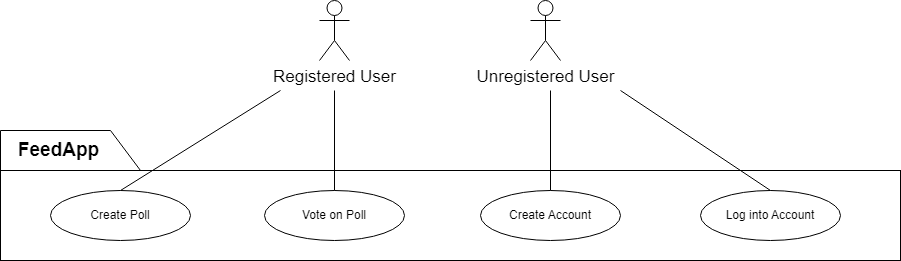
Before: report/figs/usecase.png, a diagram exported from draw.io (Tevuz/DAT250-Project). Source tidied: cells renumbered, new cells last; positions are measured from the earlier drawing's top-left corner, leaving out a move shared by most shapes.
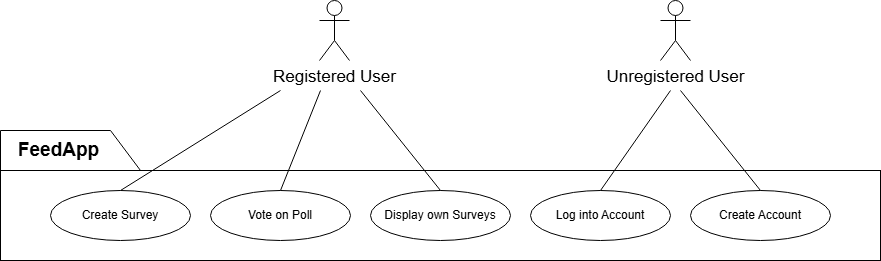
Later version of the same file.

The edit, as a diff of the source:
```diff
@@ -3,19 +3,19 @@
     <mxCell id="0" />
     <mxCell id="1" parent="0" />
     <mxCell id="2" style="rounded=0;whiteSpace=wrap;html=1;fillColor=none;" parent="1" vertex="1">
-      <mxGeometry y="170" width="900" height="90" as="geometry" />
+      <mxGeometry y="170" width="880" height="90" as="geometry" />
     </mxCell>
     <mxCell id="3" value="Registered User" style="shape=umlActor;verticalLabelPosition=bottom;verticalAlign=top;html=1;fontSize=17;" parent="1" vertex="1">
       <mxGeometry x="319" width="30" height="60" as="geometry" />
     </mxCell>
-    <mxCell id="4" value="Create Poll" style="ellipse;whiteSpace=wrap;html=1;" parent="1" vertex="1">
+    <mxCell id="4" value="Create Survey" style="ellipse;whiteSpace=wrap;html=1;" parent="1" vertex="1">
       <mxGeometry x="50" y="190" width="140" height="50" as="geometry" />
     </mxCell>
     <mxCell id="5" value="Vote on Poll" style="ellipse;whiteSpace=wrap;html=1;" parent="1" vertex="1">
-      <mxGeometry x="264" y="190" width="140" height="50" as="geometry" />
+      <mxGeometry x="210" y="190" width="140" height="50" as="geometry" />
     </mxCell>
-    <mxCell id="6" value="Create Account" style="ellipse;whiteSpace=wrap;html=1;" parent="1" vertex="1">
-      <mxGeometry x="480" y="190" width="140" height="50" as="geometry" />
+    <mxCell id="6" value="Display own Surveys" style="ellipse;whiteSpace=wrap;html=1;" parent="1" vertex="1">
+      <mxGeometry x="370" y="190" width="140" height="50" as="geometry" />
     </mxCell>
     <mxCell id="7" value="&lt;b&gt;&amp;nbsp; &amp;nbsp;FeedApp&lt;/b&gt;" style="shape=manualInput;whiteSpace=wrap;html=1;direction=south;fillColor=none;fontSize=19;align=left;" parent="1" vertex="1">
       <mxGeometry y="130" width="140" height="40" as="geometry" />
@@ -27,24 +27,32 @@
     </mxCell>
     <mxCell id="9" style="endArrow=none;html=1;rounded=0;exitX=0.5;exitY=0;exitDx=0;exitDy=0;" parent="1" edge="1" source="5">
       <mxGeometry relative="1" as="geometry">
-        <mxPoint x="334" y="90" as="targetPoint" />
+        <mxPoint x="320" y="90" as="targetPoint" />
       </mxGeometry>
     </mxCell>
     <mxCell id="10" style="endArrow=none;html=1;rounded=0;exitX=0.5;exitY=0;exitDx=0;exitDy=0;" parent="1" edge="1" source="6">
       <mxGeometry relative="1" as="geometry">
-        <mxPoint x="550" y="90" as="targetPoint" />
+        <mxPoint x="360" y="90" as="targetPoint" />
       </mxGeometry>
     </mxCell>
     <mxCell id="11" value="Log into Account" style="ellipse;whiteSpace=wrap;html=1;" parent="1" vertex="1">
-      <mxGeometry x="700" y="190" width="140" height="50" as="geometry" />
+      <mxGeometry x="530" y="190" width="140" height="50" as="geometry" />
     </mxCell>
     <mxCell id="12" value="Unregistered User" style="shape=umlActor;verticalLabelPosition=bottom;verticalAlign=top;html=1;fontSize=17;" parent="1" vertex="1">
-      <mxGeometry x="530" width="30" height="60" as="geometry" />
+      <mxGeometry x="660" width="30" height="60" as="geometry" />
     </mxCell>
     <mxCell id="13" style="endArrow=none;html=1;rounded=0;exitX=0.5;exitY=0;exitDx=0;exitDy=0;" parent="1" edge="1" source="11">
       <mxGeometry relative="1" as="geometry">
-        <mxPoint x="620" y="90" as="targetPoint" />
+        <mxPoint x="670" y="90" as="targetPoint" />
       </mxGeometry>
     </mxCell>
+    <mxCell id="14" value="Create Account" style="ellipse;whiteSpace=wrap;html=1;" parent="1" vertex="1">
+      <mxGeometry x="690" y="190" width="140" height="50" as="geometry" />
+    </mxCell>
+    <mxCell id="15" style="endArrow=none;html=1;rounded=0;exitX=0.5;exitY=0;exitDx=0;exitDy=0;" parent="1" edge="1" source="14">
+      <mxGeometry relative="1" as="geometry">
+        <mxPoint x="680" y="90" as="targetPoint" />
+      </mxGeometry>
+    </mxCell>
   </root>
 </mxGraphModel>
```
